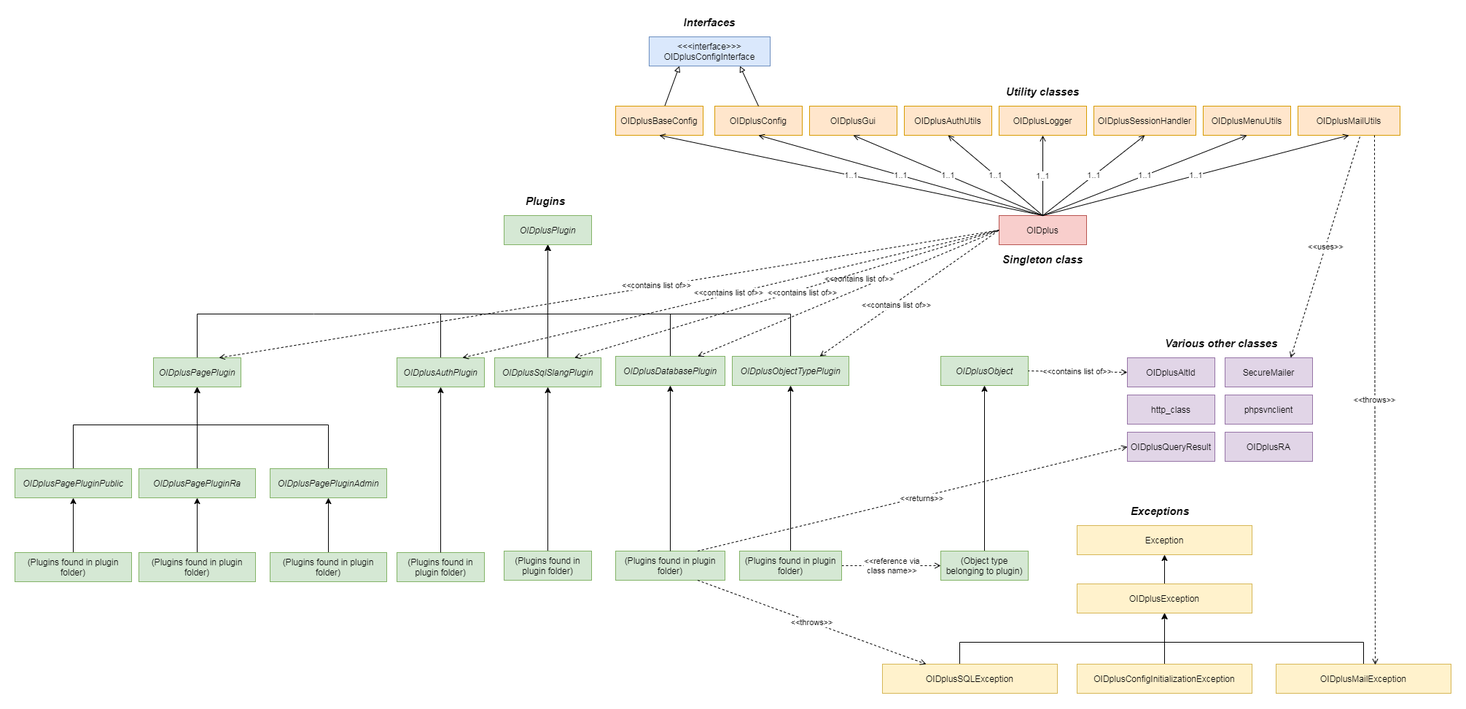
danielmarschall/oidplus keeps this draw.io diagram as includes/classes/class_diagram.png. Above is the earlier version. Source tidied: cells renumbered, new cells last; positions are measured from the earlier drawing's top-left corner, leaving out a move shared by most shapes.
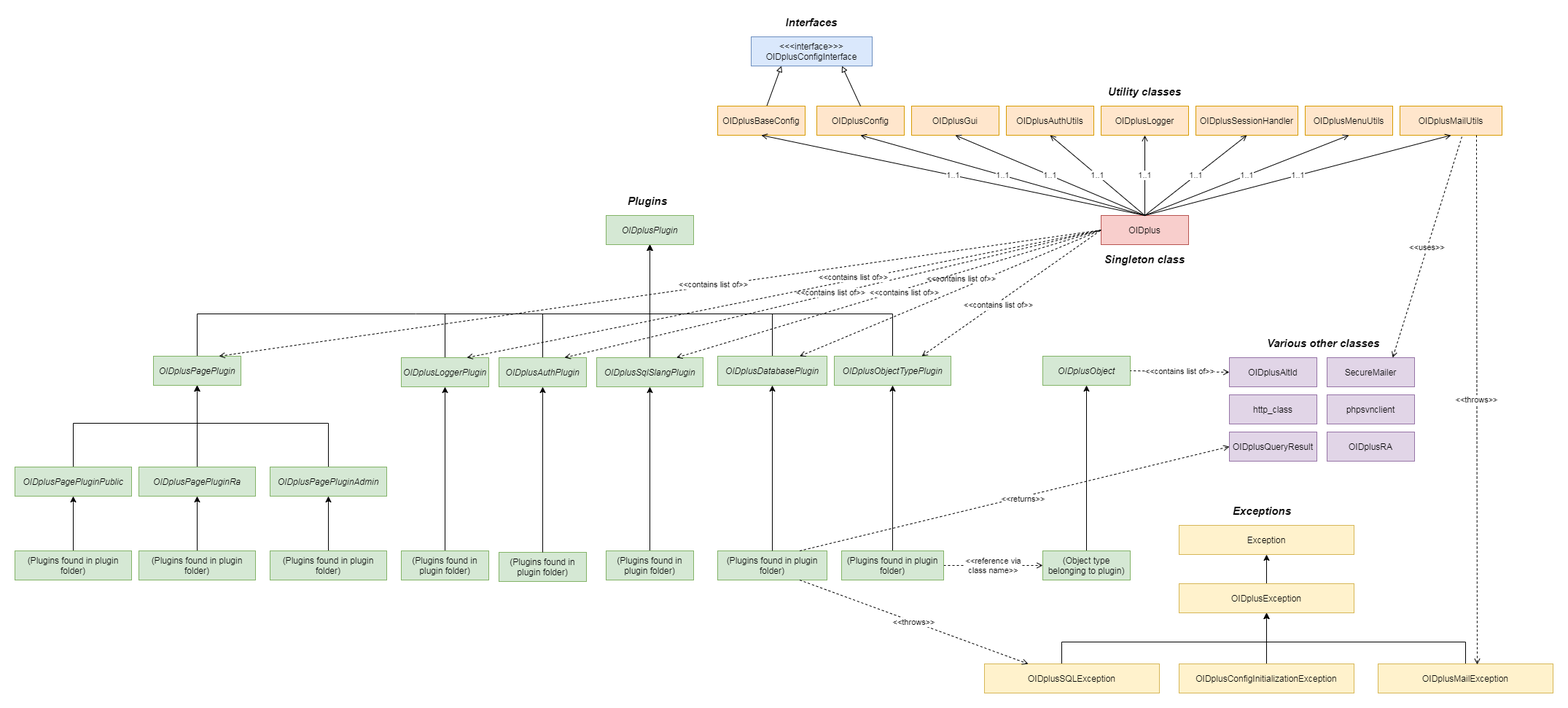
Later version of the same file.

Change to the diagram source:
```diff
@@ -76,16 +76,16 @@
     <mxCell id="19" style="edgeStyle=orthogonalEdgeStyle;rounded=0;jettySize=auto;html=1;entryX=0.5;entryY=0;entryDx=0;entryDy=0;startArrow=classic;startFill=1;endArrow=none;endFill=0;" parent="1" edge="1" source="23" target="66">
       <mxGeometry relative="1" as="geometry">
         <Array as="points">
-          <mxPoint x="250" y="562" />
-          <mxPoint x="80" y="562" />
+          <mxPoint x="110" y="560" />
+          <mxPoint x="-60" y="560" />
         </Array>
       </mxGeometry>
     </mxCell>
     <mxCell id="20" style="edgeStyle=orthogonalEdgeStyle;rounded=0;jettySize=auto;html=1;entryX=0.5;entryY=0;entryDx=0;entryDy=0;startArrow=classic;startFill=1;endArrow=none;endFill=0;" parent="1" edge="1" source="23" target="70">
       <mxGeometry relative="1" as="geometry">
         <Array as="points">
-          <mxPoint x="250" y="562" />
-          <mxPoint x="430" y="562" />
+          <mxPoint x="110" y="560" />
+          <mxPoint x="290" y="560" />
         </Array>
       </mxGeometry>
     </mxCell>
@@ -101,7 +101,7 @@
       </mxGeometry>
     </mxCell>
     <mxCell id="23" value="&lt;div&gt;OIDplusPagePlugin&lt;/div&gt;" style="rounded=0;whiteSpace=wrap;html=1;fontStyle=2;fillColor=#d5e8d4;strokeColor=#82b366;" parent="1" vertex="1">
-      <mxGeometry x="190" y="470" width="120" height="40" as="geometry" />
+      <mxGeometry x="50" y="468" width="120" height="40" as="geometry" />
     </mxCell>
     <mxCell id="24" value="&lt;div&gt;OIDplusPlugin&lt;/div&gt;" style="rounded=0;whiteSpace=wrap;html=1;fontStyle=2;fillColor=#d5e8d4;strokeColor=#82b366;" parent="1" vertex="1">
       <mxGeometry x="671" y="275" width="120" height="40" as="geometry" />
@@ -244,28 +244,28 @@
       <mxGeometry relative="1" as="geometry" />
     </mxCell>
     <mxCell id="66" value="&lt;div&gt;OIDplusPagePluginPublic&lt;/div&gt;" style="rounded=0;whiteSpace=wrap;html=1;fontStyle=2;fillColor=#d5e8d4;strokeColor=#82b366;" parent="1" vertex="1">
-      <mxGeometry y="622" width="160" height="40" as="geometry" />
+      <mxGeometry x="-140" y="620" width="160" height="40" as="geometry" />
     </mxCell>
     <mxCell id="67" style="edgeStyle=orthogonalEdgeStyle;rounded=0;jettySize=auto;html=1;startArrow=classic;startFill=1;endArrow=none;endFill=0;" parent="1" edge="1" source="68" target="72">
       <mxGeometry relative="1" as="geometry" />
     </mxCell>
     <mxCell id="68" value="&lt;div&gt;OIDplusPagePluginRa&lt;/div&gt;" style="rounded=0;whiteSpace=wrap;html=1;fontStyle=2;fillColor=#d5e8d4;strokeColor=#82b366;" parent="1" vertex="1">
-      <mxGeometry x="170" y="622" width="160" height="40" as="geometry" />
+      <mxGeometry x="30" y="620" width="160" height="40" as="geometry" />
     </mxCell>
     <mxCell id="69" style="edgeStyle=orthogonalEdgeStyle;rounded=0;jettySize=auto;html=1;entryX=0.5;entryY=0;entryDx=0;entryDy=0;startArrow=classic;startFill=1;endArrow=none;endFill=0;" parent="1" edge="1" source="70" target="73">
       <mxGeometry relative="1" as="geometry" />
     </mxCell>
     <mxCell id="70" value="&lt;div&gt;OIDplusPagePluginAdmin&lt;/div&gt;" style="rounded=0;whiteSpace=wrap;html=1;fontStyle=2;fillColor=#d5e8d4;strokeColor=#82b366;" parent="1" vertex="1">
-      <mxGeometry x="350" y="622" width="160" height="40" as="geometry" />
+      <mxGeometry x="210" y="620" width="160" height="40" as="geometry" />
     </mxCell>
     <mxCell id="71" value="(Plugins found in plugin folder)" style="rounded=0;whiteSpace=wrap;html=1;fillColor=#d5e8d4;strokeColor=#82b366;" parent="1" vertex="1">
-      <mxGeometry y="737" width="160" height="40" as="geometry" />
+      <mxGeometry x="-140" y="735" width="160" height="40" as="geometry" />
     </mxCell>
     <mxCell id="72" value="(Plugins found in plugin folder)" style="rounded=0;whiteSpace=wrap;html=1;fillColor=#d5e8d4;strokeColor=#82b366;" parent="1" vertex="1">
-      <mxGeometry x="170" y="737" width="160" height="40" as="geometry" />
+      <mxGeometry x="30" y="735" width="160" height="40" as="geometry" />
     </mxCell>
     <mxCell id="73" value="(Plugins found in plugin folder)" style="rounded=0;whiteSpace=wrap;html=1;fillColor=#d5e8d4;strokeColor=#82b366;" parent="1" vertex="1">
-      <mxGeometry x="350" y="737" width="160" height="40" as="geometry" />
+      <mxGeometry x="210" y="735" width="160" height="40" as="geometry" />
     </mxCell>
     <mxCell id="74" value="Utility classes" style="text;html=1;strokeColor=none;fillColor=none;align=center;verticalAlign=middle;whiteSpace=wrap;rounded=0;fontStyle=3;fontSize=15;" parent="1" vertex="1">
       <mxGeometry x="1130" y="95" width="560" height="20" as="geometry" />
@@ -309,5 +309,25 @@
     <mxCell id="87" value="(Plugins found in plugin folder)" style="rounded=0;whiteSpace=wrap;html=1;fillColor=#d5e8d4;strokeColor=#82b366;" parent="1" vertex="1">
       <mxGeometry x="671" y="735" width="120" height="40" as="geometry" />
     </mxCell>
+    <mxCell id="88" style="edgeStyle=orthogonalEdgeStyle;rounded=0;jettySize=auto;html=1;entryX=0.5;entryY=1;entryDx=0;entryDy=0;" parent="1" edge="1" source="89" target="24">
+      <mxGeometry relative="1" as="geometry">
+        <Array as="points">
+          <mxPoint x="450" y="410" />
+          <mxPoint x="731" y="410" />
+        </Array>
+      </mxGeometry>
+    </mxCell>
+    <mxCell id="89" value="&lt;div&gt;OIDplusLoggerPlugin&lt;/div&gt;" style="rounded=0;whiteSpace=wrap;html=1;fontStyle=2;fillColor=#d5e8d4;strokeColor=#82b366;" parent="1" vertex="1">
+      <mxGeometry x="390" y="470" width="120" height="40" as="geometry" />
+    </mxCell>
+    <mxCell id="90" style="edgeStyle=orthogonalEdgeStyle;rounded=0;jettySize=auto;html=1;entryX=0.5;entryY=1;entryDx=0;entryDy=0;" parent="1" edge="1" source="91" target="89">
+      <mxGeometry relative="1" as="geometry" />
+    </mxCell>
+    <mxCell id="91" value="(Plugins found in plugin folder)" style="rounded=0;whiteSpace=wrap;html=1;fillColor=#d5e8d4;strokeColor=#82b366;" parent="1" vertex="1">
+      <mxGeometry x="390" y="735" width="120" height="40" as="geometry" />
+    </mxCell>
+    <mxCell id="92" value="&amp;lt;&amp;lt;contains list of&amp;gt;&amp;gt;" style="endArrow=none;html=1;exitX=0.75;exitY=0;exitDx=0;exitDy=0;dashed=1;endFill=0;startArrow=open;startFill=0;entryX=0;entryY=0.5;entryDx=0;entryDy=0;" parent="1" edge="1" source="89" target="2">
+      <mxGeometry x="0.22" y="3" relative="1" as="geometry" />
+    </mxCell>
   </root>
 </mxGraphModel>
```
